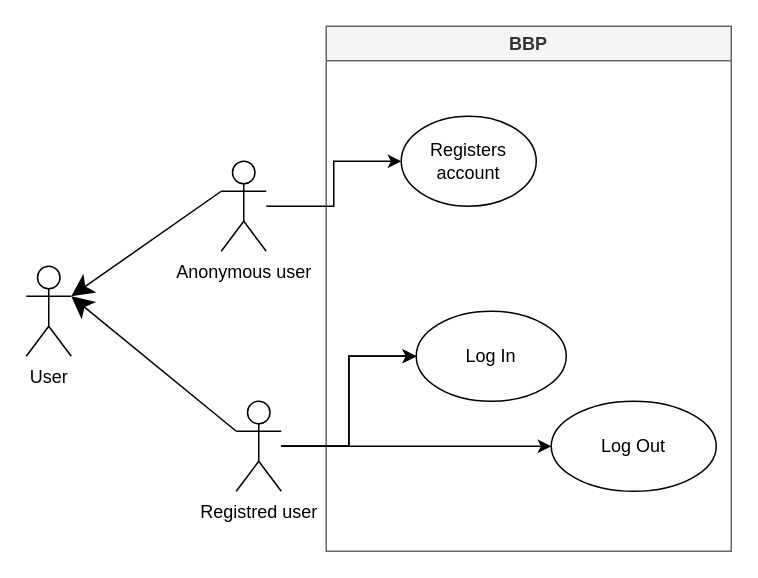
jacopobellosi/Bellosi-Montanelli-Tempobono keeps this draw.io diagram as page "LOGIN/REGISTRATION" (1 of 3) of RASD/LaTeXCode/images/drawio/Use_Case_Diagram.drawio. Above is the earlier version. Source tidied: cells renumbered, new cells numbered last; positions are measured from the earlier drawing's top-left corner, leaving out a move shared by most shapes. Both pictures are drawn from the tidied source at 150%, with x=0, y=0 at pixel (26, 26).
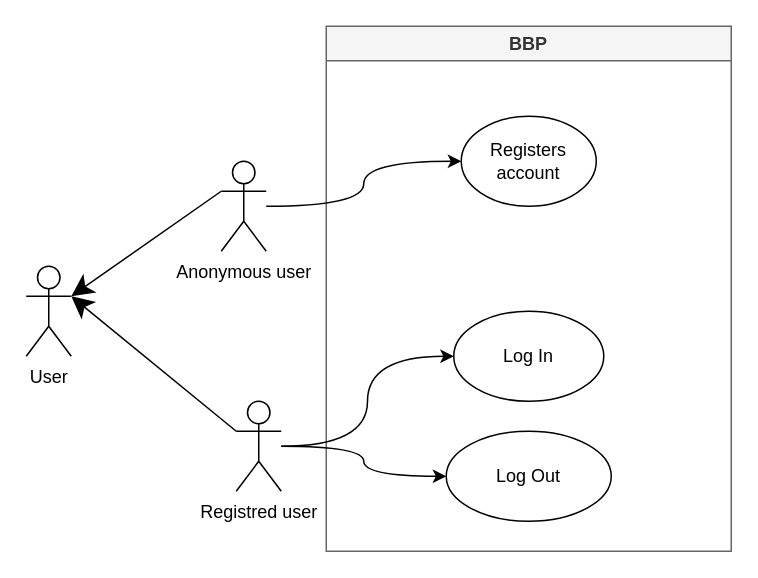
After the change.

Change to the diagram source:
```diff
@@
 <mxGraphModel>
   <root>
     <mxCell id="0" />
     <mxCell id="1" parent="0" />
     <mxCell id="2" value="BBP" style="swimlane;whiteSpace=wrap;html=1;fillColor=#f5f5f5;fontColor=#333333;strokeColor=#666666;" parent="1" vertex="1">
       <mxGeometry x="200" width="270" height="350" as="geometry" />
     </mxCell>
     <mxCell id="3" value="Log In" style="ellipse;whiteSpace=wrap;html=1;" parent="2" vertex="1">
-      <mxGeometry x="60" y="190" width="100" height="60" as="geometry" />
+      <mxGeometry x="85" y="190" width="100" height="60" as="geometry" />
     </mxCell>
     <mxCell id="4" value="Log Out" style="ellipse;whiteSpace=wrap;html=1;" parent="2" vertex="1">
-      <mxGeometry x="150" y="250" width="110" height="60" as="geometry" />
+      <mxGeometry x="80" y="270" width="110" height="60" as="geometry" />
     </mxCell>
+    <mxCell id="15" value="Registers account" style="ellipse;whiteSpace=wrap;html=1;" parent="2" vertex="1">
+      <mxGeometry x="90" y="60" width="90" height="60" as="geometry" />
+    </mxCell>
     <mxCell id="5" value="User" style="shape=umlActor;verticalLabelPosition=bottom;verticalAlign=top;html=1;" parent="1" vertex="1">
       <mxGeometry y="160" width="30" height="60" as="geometry" />
     </mxCell>
-    <mxCell id="6" style="edgeStyle=orthogonalEdgeStyle;rounded=0;jettySize=auto;html=1;" parent="1" edge="1" source="7" target="15">
+    <mxCell id="6" style="edgeStyle=orthogonalEdgeStyle;rounded=0;jettySize=auto;html=1;curved=1;" parent="1" edge="1" source="7" target="15">
       <mxGeometry relative="1" as="geometry" />
     </mxCell>
     <mxCell id="7" value="Anonymous user" style="shape=umlActor;verticalLabelPosition=bottom;verticalAlign=top;html=1;" parent="1" vertex="1">
       <mxGeometry x="130" y="90" width="30" height="60" as="geometry" />
     </mxCell>
-    <mxCell id="8" style="edgeStyle=orthogonalEdgeStyle;rounded=0;jettySize=auto;html=1;" parent="1" edge="1" source="12" target="3">
-      <mxGeometry relative="1" as="geometry" />
-    </mxCell>
-    <mxCell id="9" style="edgeStyle=orthogonalEdgeStyle;rounded=0;jettySize=auto;html=1;" parent="1" edge="1" source="12" target="3">
-      <mxGeometry relative="1" as="geometry" />
-    </mxCell>
-    <mxCell id="10" style="edgeStyle=orthogonalEdgeStyle;rounded=0;jettySize=auto;html=1;" parent="1" edge="1" source="12" target="3">
+    <mxCell id="10" style="edgeStyle=orthogonalEdgeStyle;rounded=0;jettySize=auto;html=1;curved=1;" parent="1" edge="1" source="12" target="3">
       <mxGeometry relative="1" as="geometry" />
     </mxCell>
-    <mxCell id="11" style="edgeStyle=orthogonalEdgeStyle;rounded=0;jettySize=auto;html=1;" parent="1" edge="1" source="12" target="4">
+    <mxCell id="11" style="edgeStyle=orthogonalEdgeStyle;rounded=0;jettySize=auto;html=1;curved=1;" parent="1" edge="1" source="12" target="4">
       <mxGeometry relative="1" as="geometry" />
     </mxCell>
     <mxCell id="12" value="Registred user" style="shape=umlActor;verticalLabelPosition=bottom;verticalAlign=top;html=1;" parent="1" vertex="1">
       <mxGeometry x="140" y="250" width="30" height="60" as="geometry" />
     </mxCell>
     <mxCell id="13" style="endArrow=none;startArrow=classic;html=1;rounded=0;exitX=1;exitY=0.3333333333333333;exitDx=0;exitDy=0;exitPerimeter=0;entryX=0;entryY=0.3333333333333333;entryDx=0;entryDy=0;entryPerimeter=0;startFill=1;endFill=0;strokeWidth=1;strokeColor=default;fontSize=2;spacing=1;startWidth=7.351940095302927;startSize=12;" parent="1" edge="1" source="5" target="12">
       <mxGeometry relative="1" as="geometry" />
     </mxCell>
     <mxCell id="14" style="endArrow=none;startArrow=classic;html=1;rounded=0;entryX=0;entryY=0.3333333333333333;entryDx=0;entryDy=0;entryPerimeter=0;startFill=1;endFill=0;strokeWidth=1;strokeColor=default;fontSize=2;spacing=1;startWidth=7.351940095302927;fillColor=#000000;startSize=12;" parent="1" edge="1" target="7">
       <mxGeometry relative="1" as="geometry">
         <mxPoint x="30" y="180" as="sourcePoint" />
       </mxGeometry>
     </mxCell>
-    <mxCell id="15" value="Registers account" style="ellipse;whiteSpace=wrap;html=1;" parent="1" vertex="1">
-      <mxGeometry x="250" y="60" width="90" height="60" as="geometry" />
-    </mxCell>
   </root>
 </mxGraphModel>
```
